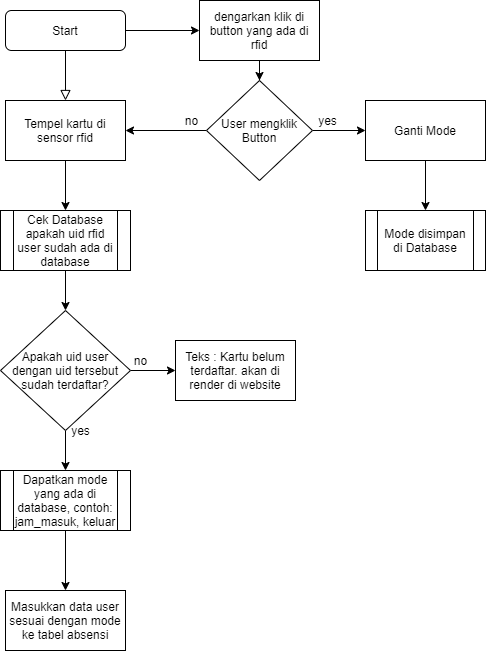
This is alur-penggunaan.png from dzulfiqaryusuf/rfid-sistemabsensi-ewallet, a draw.io export, as it was before one commit. Source tidied: cells renumbered, new cells last; positions are measured from the earlier drawing's top-left corner, leaving out a move shared by most shapes.
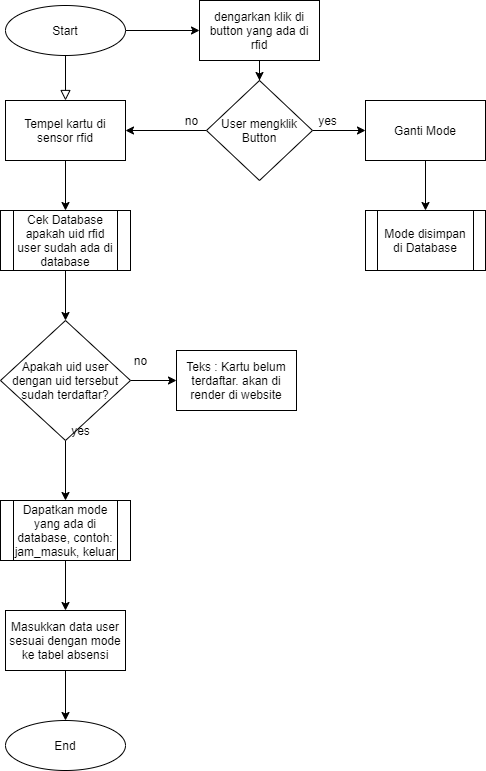
The same diagram one commit later.

What changed in the source:
```diff
@@ -2,17 +2,17 @@
   <root>
     <mxCell id="0" />
     <mxCell id="1" parent="0" />
-    <mxCell id="2" style="rounded=0;html=1;jettySize=auto;fontSize=11;endArrow=block;endFill=0;endSize=8;strokeWidth=1;shadow=0;labelBackgroundColor=none;edgeStyle=orthogonalEdgeStyle;" parent="1" edge="1" source="4">
+    <mxCell id="2" style="rounded=0;html=1;jettySize=auto;orthogonalLoop=1;fontSize=11;endArrow=block;endFill=0;endSize=8;strokeWidth=1;shadow=0;labelBackgroundColor=none;edgeStyle=orthogonalEdgeStyle;" parent="1" edge="1">
       <mxGeometry relative="1" as="geometry">
+        <mxPoint x="65" y="50" as="sourcePoint" />
         <mxPoint x="65" y="100" as="targetPoint" />
       </mxGeometry>
     </mxCell>
-    <mxCell id="3" style="edgeStyle=orthogonalEdgeStyle;rounded=0;jettySize=auto;html=1;" parent="1" edge="1" source="4" target="19">
-      <mxGeometry relative="1" as="geometry" />
+    <mxCell id="3" style="edgeStyle=orthogonalEdgeStyle;rounded=0;jettySize=auto;html=1;" parent="1" edge="1" target="19">
+      <mxGeometry relative="1" as="geometry">
+        <mxPoint x="125" y="30" as="sourcePoint" />
+      </mxGeometry>
     </mxCell>
-    <mxCell id="4" value="Start" style="rounded=1;whiteSpace=wrap;html=1;fontSize=12;glass=0;strokeWidth=1;shadow=0;" parent="1" vertex="1">
-      <mxGeometry x="5" y="10" width="120" height="40" as="geometry" />
-    </mxCell>
     <mxCell id="5" style="edgeStyle=orthogonalEdgeStyle;rounded=0;jettySize=auto;html=1;entryX=0.5;entryY=0;entryDx=0;entryDy=0;" parent="1" edge="1" source="6" target="8">
       <mxGeometry relative="1" as="geometry" />
     </mxCell>
@@ -25,22 +25,20 @@
     <mxCell id="8" value="Cek Database apakah uid rfid user sudah ada di database" style="shape=process;whiteSpace=wrap;html=1;backgroundOutline=1;" parent="1" vertex="1">
       <mxGeometry y="210" width="130" height="60" as="geometry" />
     </mxCell>
-    <mxCell id="9" style="edgeStyle=orthogonalEdgeStyle;rounded=0;jettySize=auto;html=1;entryX=0.5;entryY=0;entryDx=0;entryDy=0;" parent="1" edge="1" source="11">
-      <mxGeometry relative="1" as="geometry">
-        <mxPoint x="65" y="470" as="targetPoint" />
-      </mxGeometry>
-    </mxCell>
     <mxCell id="10" style="edgeStyle=orthogonalEdgeStyle;rounded=0;jettySize=auto;html=1;entryX=0;entryY=0.5;entryDx=0;entryDy=0;" parent="1" edge="1" source="11" target="13">
       <mxGeometry relative="1" as="geometry" />
     </mxCell>
+    <mxCell id="28" style="edgeStyle=orthogonalEdgeStyle;rounded=0;jettySize=auto;html=1;entryX=0.5;entryY=0;entryDx=0;entryDy=0;" parent="1" edge="1" source="11" target="16">
+      <mxGeometry relative="1" as="geometry" />
+    </mxCell>
     <mxCell id="11" value="Apakah uid user dengan uid tersebut sudah terdaftar?" style="rhombus;whiteSpace=wrap;html=1;" parent="1" vertex="1">
-      <mxGeometry y="310" width="130" height="120" as="geometry" />
+      <mxGeometry y="320" width="130" height="120" as="geometry" />
     </mxCell>
     <mxCell id="12" value="yes" style="text;html=1;align=center;verticalAlign=middle;" parent="1" vertex="1">
       <mxGeometry x="65" y="420" width="30" height="20" as="geometry" />
     </mxCell>
     <mxCell id="13" value="Teks : Kartu belum terdaftar. akan di render di website" style="rounded=0;whiteSpace=wrap;html=1;" parent="1" vertex="1">
-      <mxGeometry x="175" y="340" width="120" height="60" as="geometry" />
+      <mxGeometry x="176" y="350" width="120" height="60" as="geometry" />
     </mxCell>
     <mxCell id="14" value="no" style="text;html=1;align=center;verticalAlign=middle;" parent="1" vertex="1">
       <mxGeometry x="125" y="350" width="30" height="20" as="geometry" />
@@ -49,10 +47,13 @@
       <mxGeometry relative="1" as="geometry" />
     </mxCell>
     <mxCell id="16" value="&lt;span&gt;Dapatkan mode yang ada di database, contoh: jam_masuk, keluar&lt;/span&gt;" style="shape=process;whiteSpace=wrap;html=1;backgroundOutline=1;" parent="1" vertex="1">
-      <mxGeometry y="470" width="130" height="60" as="geometry" />
+      <mxGeometry y="500" width="130" height="60" as="geometry" />
     </mxCell>
+    <mxCell id="29" style="edgeStyle=orthogonalEdgeStyle;rounded=0;jettySize=auto;html=1;entryX=0.5;entryY=0;entryDx=0;entryDy=0;" parent="1" edge="1" source="17" target="30">
+      <mxGeometry relative="1" as="geometry" />
+    </mxCell>
     <mxCell id="17" value="Masukkan data user sesuai dengan mode ke tabel absensi" style="rounded=0;whiteSpace=wrap;html=1;" parent="1" vertex="1">
-      <mxGeometry x="5" y="590" width="120" height="60" as="geometry" />
+      <mxGeometry x="5" y="610" width="120" height="60" as="geometry" />
     </mxCell>
     <mxCell id="18" style="edgeStyle=orthogonalEdgeStyle;rounded=0;jettySize=auto;html=1;entryX=0.5;entryY=0;entryDx=0;entryDy=0;" parent="1" edge="1" source="19" target="22">
       <mxGeometry relative="1" as="geometry" />
@@ -84,5 +85,11 @@
     <mxCell id="27" value="Mode disimpan di Database" style="shape=process;whiteSpace=wrap;html=1;backgroundOutline=1;" parent="1" vertex="1">
       <mxGeometry x="365" y="210" width="120" height="60" as="geometry" />
     </mxCell>
+    <mxCell id="4" value="Start" style="ellipse;whiteSpace=wrap;html=1;" parent="1" vertex="1">
+      <mxGeometry x="5" y="5" width="120" height="50" as="geometry" />
+    </mxCell>
+    <mxCell id="30" value="End" style="ellipse;whiteSpace=wrap;html=1;" parent="1" vertex="1">
+      <mxGeometry x="5" y="720" width="120" height="50" as="geometry" />
+    </mxCell>
   </root>
 </mxGraphModel>
```
